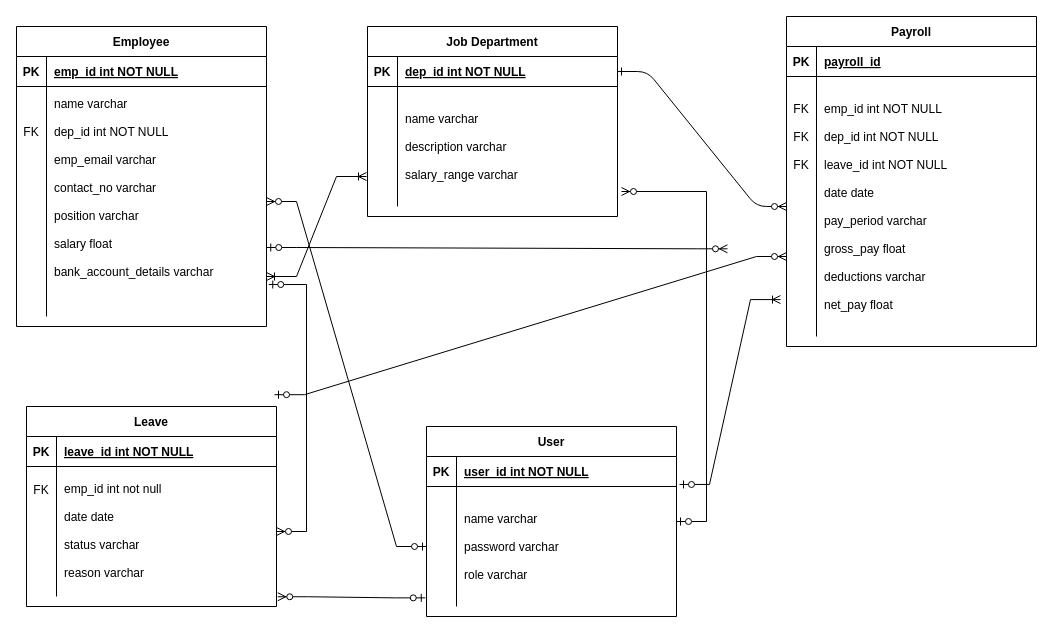
The draw.io diagram Untitled Diagram.drawio in pateldeep99/Payroll-Management-System, before the edit. Source tidied: cells renumbered, new cells numbered last; positions are measured from the earlier drawing's top-left corner, leaving out a move shared by most shapes. Both pictures are drawn from the tidied source at 100%, with x=0, y=0 at pixel (16, 16).
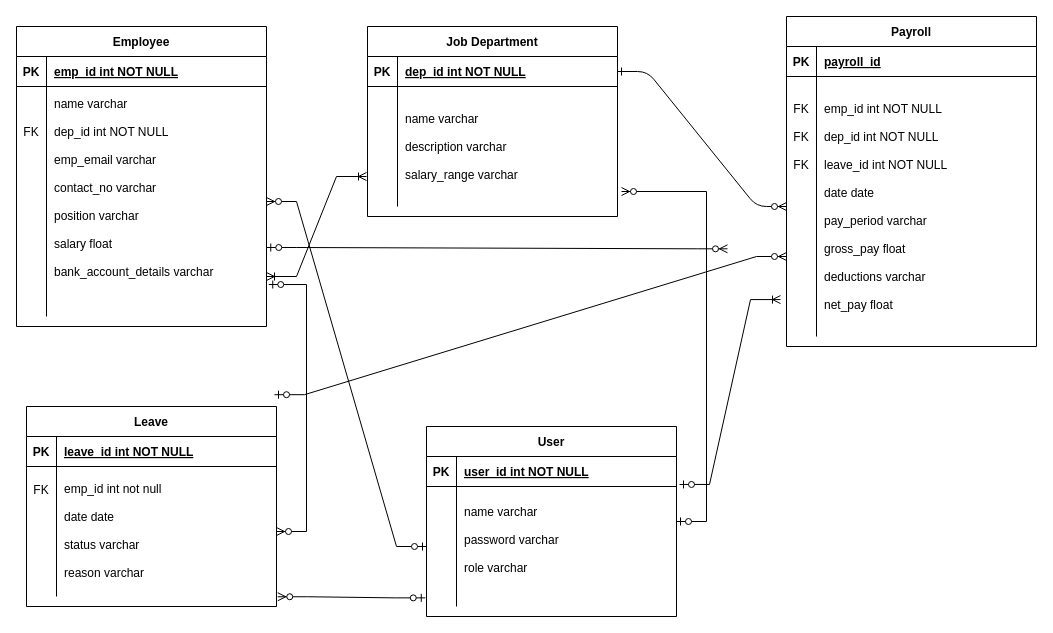
After the change.

Commit message:
Payroll Management System ER Diagram.drawio

The change refers to these unchanged cells:
```xml
<mxCell id="38" style="shape=partialRectangle;fillColor=none;points=[[0,0.5],[1,0.5]];portConstraint=eastwest;top=0;left=0;right=0;bottom=0;" parent="34" vertex="1">
  <mxGeometry y="60" width="250" height="120" as="geometry" />
</mxCell>
```

The edit, as a diff of the source:
```diff
@@
-    <mxCell id="40" value="name varchar&#10;&#10;password varchar&#10;&#10;role varchar" style="shape=partialRectangle;overflow=hidden;fillColor=none;top=0;left=0;bottom=0;right=0;align=left;spacingLeft=6;" parent="38" vertex="1">
+    <mxCell id="40" value="name varchar&#10;&#10;password varchar&#10;&#10;role varchar&#10;" style="shape=partialRectangle;overflow=hidden;fillColor=none;top=0;left=0;bottom=0;right=0;align=left;spacingLeft=6;" parent="38" vertex="1">
       <mxGeometry x="30" width="220" height="120" as="geometry" />
     </mxCell>
```
